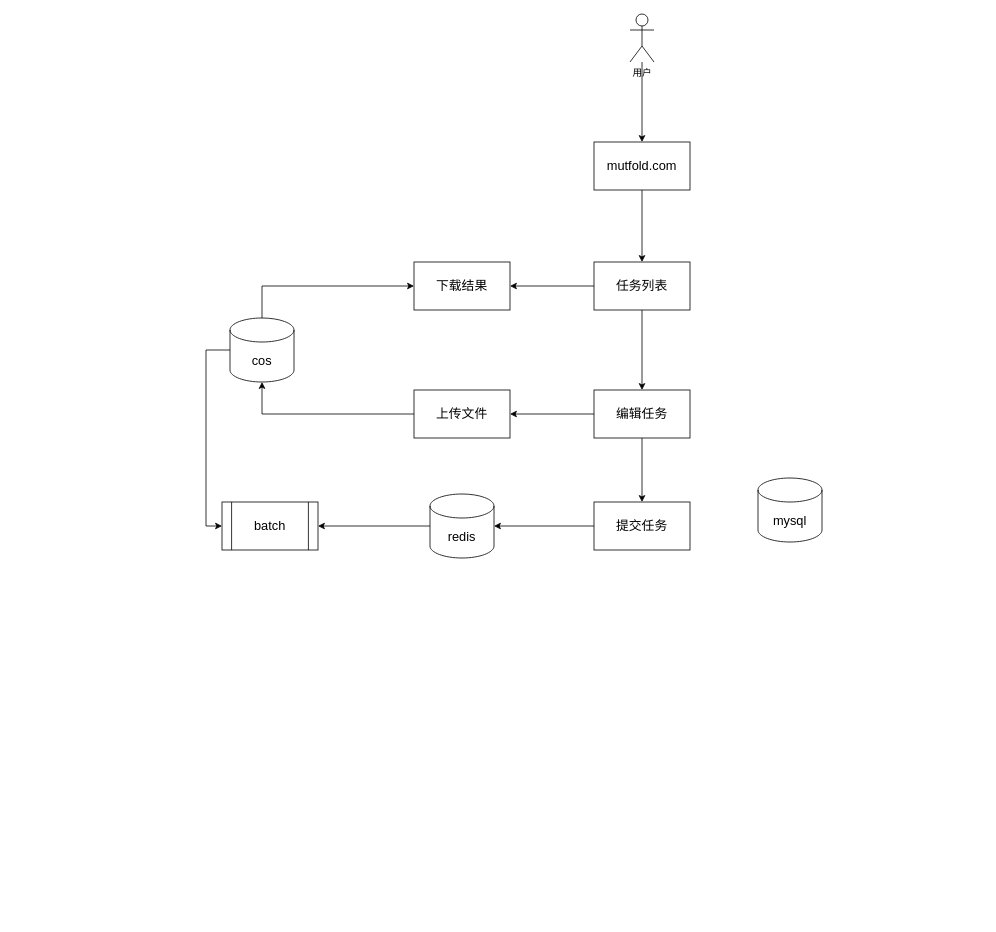
mattshhuang/draw-io keeps this draw.io diagram as draft/project-2/windows.drawio. Above is the earlier version. Source tidied: cells renumbered, new cells numbered last; positions are measured from the earlier drawing's top-left corner, leaving out a move shared by most shapes. Both pictures are drawn from the tidied source at 80%, with x=0, y=0 at pixel (206, 14).
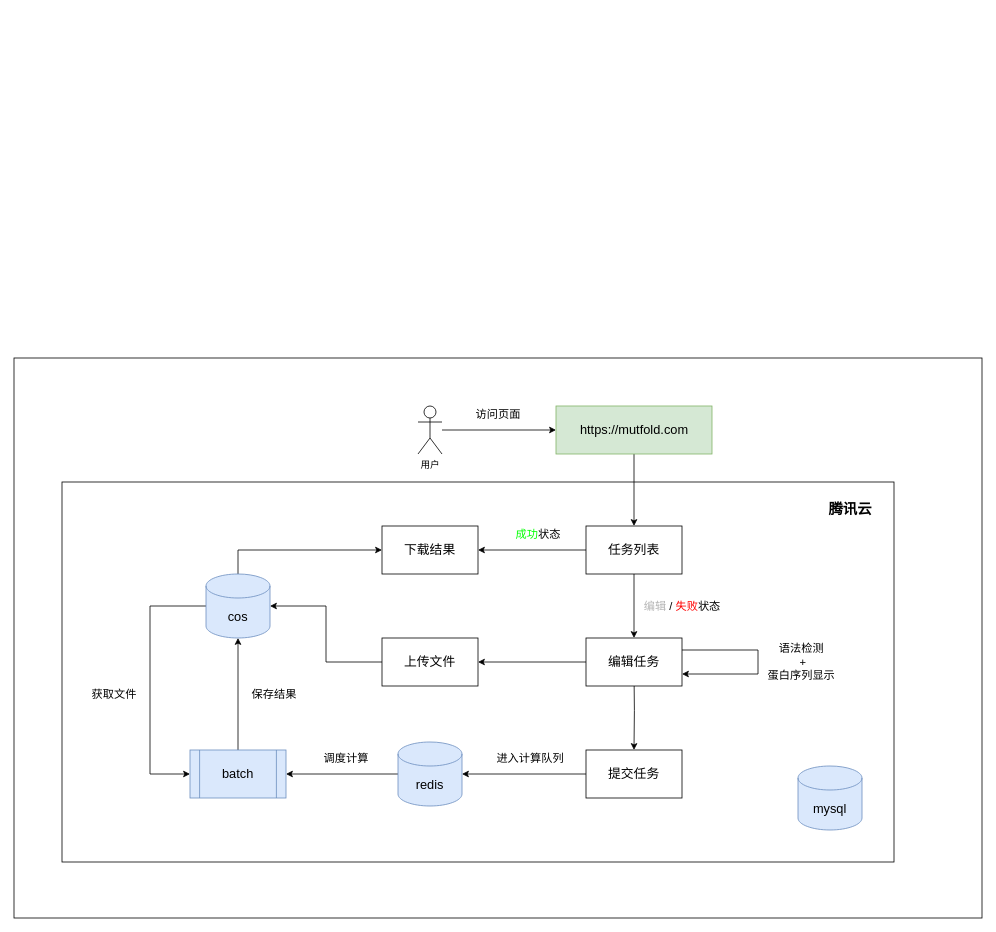
The same diagram, later.

The edit, as a diff of the source:
```diff
@@
+    <mxCell id="24" style="rounded=0;whiteSpace=wrap;html=1;fontSize=18;fontColor=#000000;" parent="1" vertex="1">
+      <mxGeometry x="-240" y="430" width="1210" height="700" as="geometry" />
+    </mxCell>
+    <mxCell id="25" style="rounded=0;whiteSpace=wrap;html=1;fontSize=14;" parent="1" vertex="1">
+      <mxGeometry x="-180" y="585" width="1040" height="475" as="geometry" />
+    </mxCell>
@@
     <mxCell id="3" value="用户" style="shape=umlActor;verticalLabelPosition=bottom;verticalAlign=top;html=1;outlineConnect=0;" parent="1" vertex="1">
-      <mxGeometry x="530" width="30" height="60" as="geometry" />
+      <mxGeometry x="265" y="490" width="30" height="60" as="geometry" />
     </mxCell>
@@
-    <mxCell id="5" value="&lt;font style=&quot;font-size: 16px&quot;&gt;mutfold.com&lt;/font&gt;" style="rounded=0;whiteSpace=wrap;html=1;" parent="1" vertex="1">
-      <mxGeometry x="485" y="160" width="120" height="60" as="geometry" />
+    <mxCell id="5" value="&lt;font style=&quot;font-size: 16px&quot;&gt;https://mutfold.com&lt;/font&gt;" style="rounded=0;whiteSpace=wrap;html=1;fillColor=#d5e8d4;strokeColor=#82b366;" parent="1" vertex="1">
+      <mxGeometry x="437.5" y="490" width="195" height="60" as="geometry" />
     </mxCell>
@@
     <mxCell id="8" value="任务列表" style="rounded=0;whiteSpace=wrap;html=1;fontSize=16;" parent="1" vertex="1">
-      <mxGeometry x="485" y="310" width="120" height="60" as="geometry" />
+      <mxGeometry x="475" y="640" width="120" height="60" as="geometry" />
     </mxCell>
@@
-    <mxCell id="10" value="redis" style="shape=cylinder3;whiteSpace=wrap;html=1;boundedLbl=1;backgroundOutline=1;size=15;fontSize=16;" parent="1" vertex="1">
-      <mxGeometry x="280" y="600" width="80" height="80" as="geometry" />
+    <mxCell id="10" value="redis" style="shape=cylinder3;whiteSpace=wrap;html=1;boundedLbl=1;backgroundOutline=1;size=15;fontSize=16;fillColor=#dae8fc;strokeColor=#6c8ebf;" parent="1" vertex="1">
+      <mxGeometry x="240" y="910" width="80" height="80" as="geometry" />
     </mxCell>
-    <mxCell id="11" value="mysql" style="shape=cylinder3;whiteSpace=wrap;html=1;boundedLbl=1;backgroundOutline=1;size=15;fontSize=16;" parent="1" vertex="1">
-      <mxGeometry x="690" y="580" width="80" height="80" as="geometry" />
+    <mxCell id="11" value="mysql" style="shape=cylinder3;whiteSpace=wrap;html=1;boundedLbl=1;backgroundOutline=1;size=15;fontSize=16;fillColor=#dae8fc;strokeColor=#6c8ebf;" parent="1" vertex="1">
+      <mxGeometry x="740" y="940" width="80" height="80" as="geometry" />
     </mxCell>
-    <mxCell id="12" style="edgeStyle=orthogonalEdgeStyle;rounded=0;jettySize=auto;html=1;entryX=0;entryY=0.5;entryDx=0;entryDy=0;fontSize=16;" parent="1" edge="1" source="14" target="20">
+    <mxCell id="12" style="edgeStyle=orthogonalEdgeStyle;rounded=0;jettySize=auto;html=1;entryX=0;entryY=0.5;entryDx=0;entryDy=0;fontSize=14;" parent="1" edge="1" source="14" target="20">
       <mxGeometry relative="1" as="geometry">
         <Array as="points">
-          <mxPoint x="70" y="340" />
+          <mxPoint x="40" y="670" />
         </Array>
       </mxGeometry>
     </mxCell>
-    <mxCell id="13" style="edgeStyle=orthogonalEdgeStyle;rounded=0;jettySize=auto;html=1;entryX=0;entryY=0.5;entryDx=0;entryDy=0;fontSize=16;" parent="1" edge="1" source="14" target="23">
+    <mxCell id="13" style="edgeStyle=orthogonalEdgeStyle;rounded=0;jettySize=auto;html=1;entryX=0;entryY=0.5;entryDx=0;entryDy=0;fontSize=14;" parent="1" edge="1" source="14" target="23">
       <mxGeometry relative="1" as="geometry">
         <Array as="points">
-          <mxPoint y="420" />
-          <mxPoint y="640" />
+          <mxPoint x="-70" y="740" />
+          <mxPoint x="-70" y="950" />
         </Array>
       </mxGeometry>
     </mxCell>
-    <mxCell id="14" value="cos" style="shape=cylinder3;whiteSpace=wrap;html=1;boundedLbl=1;backgroundOutline=1;size=15;fontSize=16;" parent="1" vertex="1">
-      <mxGeometry x="30" y="380" width="80" height="80" as="geometry" />
+    <mxCell id="14" value="cos" style="shape=cylinder3;whiteSpace=wrap;html=1;boundedLbl=1;backgroundOutline=1;size=15;fontSize=16;fillColor=#dae8fc;strokeColor=#6c8ebf;" parent="1" vertex="1">
+      <mxGeometry y="700" width="80" height="80" as="geometry" />
     </mxCell>
-    <mxCell id="15" style="edgeStyle=orthogonalEdgeStyle;rounded=0;jettySize=auto;html=1;fontSize=16;" parent="1" edge="1" source="17" target="22">
-      <mxGeometry relative="1" as="geometry" />
+    <mxCell id="15" style="edgeStyle=orthogonalEdgeStyle;rounded=0;jettySize=auto;html=1;fontSize=16;" parent="1" edge="1" target="22">
+      <mxGeometry relative="1" as="geometry">
+        <mxPoint x="535" y="820" as="sourcePoint" />
+      </mxGeometry>
     </mxCell>
@@
     <mxCell id="17" value="编辑任务" style="rounded=0;whiteSpace=wrap;html=1;fontSize=16;" parent="1" vertex="1">
-      <mxGeometry x="485" y="470" width="120" height="60" as="geometry" />
+      <mxGeometry x="475" y="780" width="120" height="60" as="geometry" />
     </mxCell>
@@
     <mxCell id="19" value="上传文件" style="rounded=0;whiteSpace=wrap;html=1;fontSize=16;" parent="1" vertex="1">
-      <mxGeometry x="260" y="470" width="120" height="60" as="geometry" />
+      <mxGeometry x="220" y="780" width="120" height="60" as="geometry" />
     </mxCell>
     <mxCell id="20" value="下载结果" style="rounded=0;whiteSpace=wrap;html=1;fontSize=16;" parent="1" vertex="1">
-      <mxGeometry x="260" y="310" width="120" height="60" as="geometry" />
+      <mxGeometry x="220" y="640" width="120" height="60" as="geometry" />
     </mxCell>
@@
     <mxCell id="22" value="提交任务" style="rounded=0;whiteSpace=wrap;html=1;fontSize=16;" parent="1" vertex="1">
-      <mxGeometry x="485" y="610" width="120" height="60" as="geometry" />
+      <mxGeometry x="475" y="920" width="120" height="60" as="geometry" />
     </mxCell>
+    <mxCell id="26" style="edgeStyle=orthogonalEdgeStyle;rounded=0;jettySize=auto;html=1;entryX=0.5;entryY=1;entryDx=0;entryDy=0;entryPerimeter=0;fontSize=14;" parent="1" edge="1" source="23" target="14">
+      <mxGeometry relative="1" as="geometry" />
+    </mxCell>
-    <mxCell id="23" value="batch" style="shape=process;whiteSpace=wrap;html=1;backgroundOutline=1;fontSize=16;" parent="1" vertex="1">
-      <mxGeometry x="20" y="610" width="120" height="60" as="geometry" />
+    <mxCell id="23" value="batch" style="shape=process;whiteSpace=wrap;html=1;backgroundOutline=1;fontSize=16;fillColor=#dae8fc;strokeColor=#6c8ebf;" parent="1" vertex="1">
+      <mxGeometry x="-20" y="920" width="120" height="60" as="geometry" />
     </mxCell>
+    <mxCell id="27" value="&lt;font style=&quot;font-size: 14px&quot;&gt;语法检测&lt;br&gt;&amp;nbsp;+ &lt;br&gt;蛋白序列显示&lt;/font&gt;" style="text;html=1;align=center;verticalAlign=middle;strokeColor=none;fillColor=none;" parent="1" vertex="1">
+      <mxGeometry x="694" y="785" width="100" height="50" as="geometry" />
+    </mxCell>
+    <mxCell id="28" value="&lt;font style=&quot;font-size: 14px&quot;&gt;访问页面&lt;/font&gt;" style="text;html=1;align=center;verticalAlign=middle;strokeColor=none;fillColor=none;" parent="1" vertex="1">
+      <mxGeometry x="330" y="490" width="70" height="20" as="geometry" />
+    </mxCell>
+    <mxCell id="29" value="&lt;font color=&quot;#b3b3b3&quot;&gt;编辑&amp;nbsp;&lt;/font&gt;/&amp;nbsp;&lt;font color=&quot;#ff0000&quot;&gt;失败&lt;/font&gt;状态" style="text;html=1;align=center;verticalAlign=middle;strokeColor=none;fillColor=none;fontSize=14;" parent="1" vertex="1">
+      <mxGeometry x="540" y="730" width="110" height="20" as="geometry" />
+    </mxCell>
+    <mxCell id="30" value="&lt;font color=&quot;#00ff00&quot;&gt;成功&lt;/font&gt;状态" style="text;html=1;align=center;verticalAlign=middle;strokeColor=none;fillColor=none;fontSize=14;" parent="1" vertex="1">
+      <mxGeometry x="380" y="640" width="70" height="20" as="geometry" />
+    </mxCell>
+    <mxCell id="31" value="进入计算队列" style="text;html=1;align=center;verticalAlign=middle;strokeColor=none;fillColor=none;fontSize=14;" parent="1" vertex="1">
+      <mxGeometry x="355" y="920" width="100" height="20" as="geometry" />
+    </mxCell>
+    <mxCell id="32" value="调度计算" style="text;html=1;align=center;verticalAlign=middle;strokeColor=none;fillColor=none;fontSize=14;" parent="1" vertex="1">
+      <mxGeometry x="140" y="920" width="70" height="20" as="geometry" />
+    </mxCell>
+    <mxCell id="33" value="获取文件" style="text;html=1;align=center;verticalAlign=middle;strokeColor=none;fillColor=none;fontSize=14;" parent="1" vertex="1">
+      <mxGeometry x="-150" y="840" width="70" height="20" as="geometry" />
+    </mxCell>
+    <mxCell id="34" value="保存结果" style="text;html=1;align=center;verticalAlign=middle;strokeColor=none;fillColor=none;fontSize=14;" parent="1" vertex="1">
+      <mxGeometry x="50" y="840" width="70" height="20" as="geometry" />
+    </mxCell>
+    <mxCell id="35" style="edgeStyle=orthogonalEdgeStyle;rounded=0;orthogonalLoop=1;jettySize=auto;html=1;exitX=1;exitY=0.25;exitDx=0;exitDy=0;entryX=1;entryY=0.75;entryDx=0;entryDy=0;fontSize=14;" parent="1" edge="1" source="17" target="17">
+      <mxGeometry relative="1" as="geometry">
+        <Array as="points">
+          <mxPoint x="690" y="795" />
+          <mxPoint x="690" y="825" />
+        </Array>
+      </mxGeometry>
+    </mxCell>
+    <mxCell id="36" value="&lt;b&gt;&lt;font style=&quot;font-size: 18px&quot;&gt;腾讯云&lt;/font&gt;&lt;/b&gt;" style="text;html=1;align=center;verticalAlign=middle;strokeColor=none;fillColor=none;fontSize=14;" parent="1" vertex="1">
+      <mxGeometry x="770" y="610" width="70" height="20" as="geometry" />
+    </mxCell>
```
